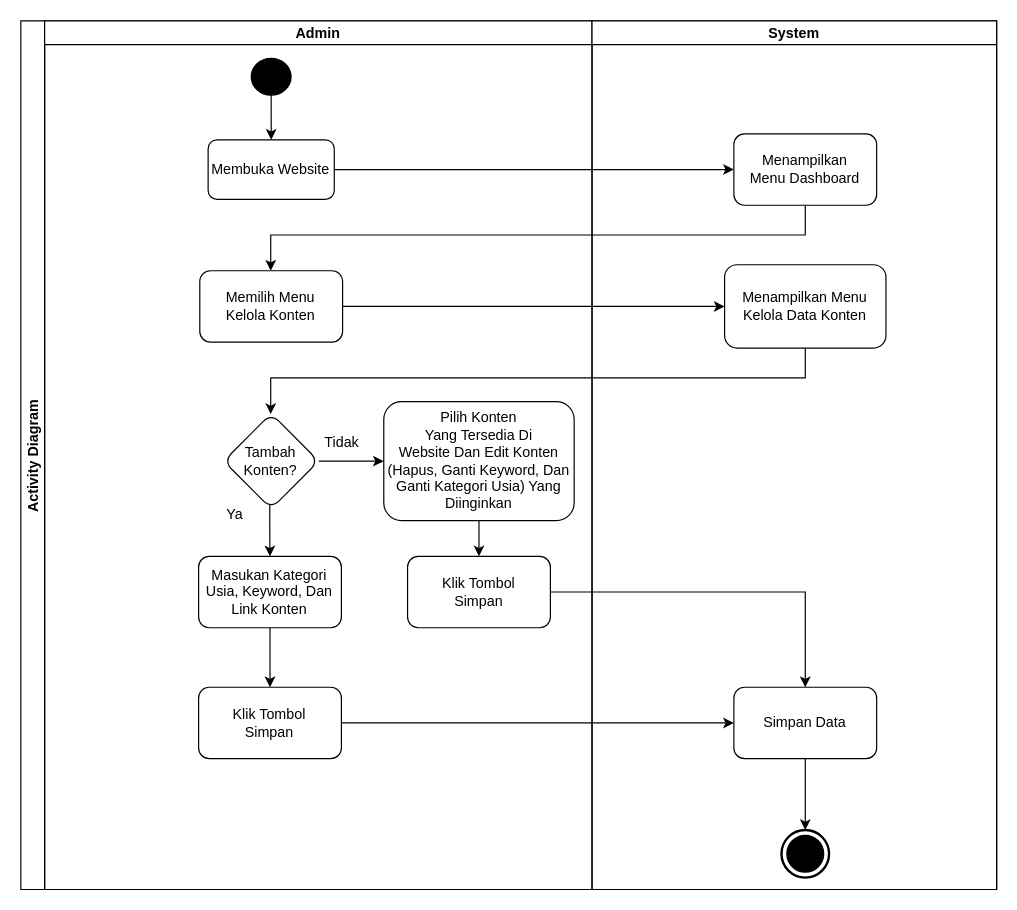
Above: Activity Diagram Admin Edit Konten.drawio in abdraiin/Sistem-Rekomendasi-Konten (draw.io), before the change. Source tidied: cells renumbered, new cells numbered last; positions are measured from the earlier drawing's top-left corner, leaving out a move shared by most shapes. Both pictures are drawn from the tidied source at 119%, with x=0, y=0 at pixel (20, 20).
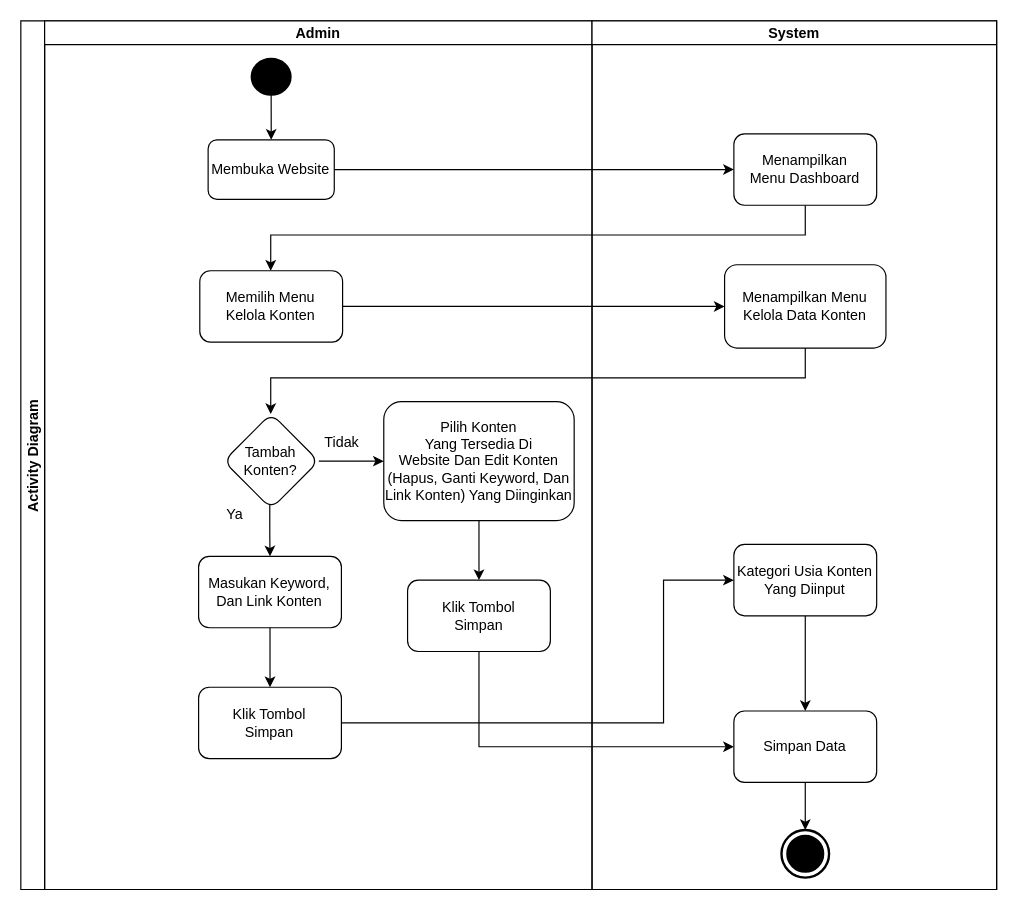
Above is the later version.

Unchanged cells that the change refers to:
```xml
<mxCell id="2" value="Activity Diagram" style="swimlane;startSize=20;horizontal=0;" parent="1" vertex="1">
  <mxGeometry width="820" height="730" as="geometry" />
</mxCell>
<mxCell id="6" value="Admin" style="swimlane;startSize=20;" parent="2" vertex="1">
  <mxGeometry x="20" width="460" height="730" as="geometry" />
</mxCell>
<mxCell id="17" value="Klik Tombol&lt;div&gt;Simpan&lt;/div&gt;" style="whiteSpace=wrap;html=1;rounded=1;" parent="6" vertex="1">
  <mxGeometry x="129.4" y="560" width="120" height="60" as="geometry" />
</mxCell>
<mxCell id="22" value="System" style="swimlane;startSize=20;" parent="2" vertex="1">
  <mxGeometry x="480" width="340" height="730" as="geometry" />
</mxCell>
<mxCell id="25" style="html=1;shape=mxgraph.sysml.actFinal;strokeWidth=2;verticalLabelPosition=bottom;verticalAlignment=top;" parent="22" vertex="1">
  <mxGeometry x="159.2" y="680" width="40" height="40" as="geometry" />
</mxCell>
```

Change to the diagram source:
```diff
@@
-    <mxCell id="12" value="Masukan Kategori Usia, Keyword, Dan Link Konten" style="whiteSpace=wrap;html=1;rounded=1;" parent="6" vertex="1">
+    <mxCell id="12" value="Masukan Keyword, Dan Link Konten" style="whiteSpace=wrap;html=1;rounded=1;" parent="6" vertex="1">
       <mxGeometry x="129.4" y="450" width="120" height="60" as="geometry" />
     </mxCell>
@@
-    <mxCell id="15" value="Pilih Konten&lt;div&gt;Yang Tersedia Di&lt;/div&gt;&lt;div&gt;Website Dan Edit Konten (Hapus, Ganti Keyword, Dan Ganti Kategori Usia) Yang Diinginkan&lt;/div&gt;" style="whiteSpace=wrap;html=1;rounded=1;" parent="6" vertex="1">
+    <mxCell id="15" value="Pilih Konten&lt;div&gt;Yang Tersedia Di&lt;/div&gt;&lt;div&gt;Website Dan Edit Konten (Hapus, Ganti Keyword, Dan Link Konten) Yang Diinginkan&lt;/div&gt;" style="whiteSpace=wrap;html=1;rounded=1;" parent="6" vertex="1">
       <mxGeometry x="285" y="320" width="160" height="100" as="geometry" />
     </mxCell>
@@
     <mxCell id="19" value="Klik Tombol&lt;div&gt;Simpan&lt;/div&gt;" style="whiteSpace=wrap;html=1;rounded=1;" parent="6" vertex="1">
-      <mxGeometry x="305" y="450" width="120" height="60" as="geometry" />
+      <mxGeometry x="305" y="470" width="120" height="60" as="geometry" />
     </mxCell>
@@
-    <mxCell id="26" style="edgeStyle=orthogonalEdgeStyle;rounded=0;jettySize=auto;html=1;" parent="22" edge="1" source="27" target="25">
-      <mxGeometry relative="1" as="geometry" />
-    </mxCell>
+    <mxCell id="31" style="edgeStyle=orthogonalEdgeStyle;rounded=0;jettySize=auto;html=1;" parent="22" edge="1" source="27" target="33">
+      <mxGeometry relative="1" as="geometry" />
+    </mxCell>
-    <mxCell id="27" value="Simpan Data" style="whiteSpace=wrap;html=1;rounded=1;" parent="22" vertex="1">
-      <mxGeometry x="119.2" y="560" width="120" height="60" as="geometry" />
+    <mxCell id="27" value="Kategori Usia Konten&lt;div&gt;Yang Diinput&lt;/div&gt;" style="whiteSpace=wrap;html=1;rounded=1;" parent="22" vertex="1">
+      <mxGeometry x="119.2" y="440" width="120" height="60" as="geometry" />
     </mxCell>
+    <mxCell id="32" style="edgeStyle=orthogonalEdgeStyle;rounded=0;jettySize=auto;html=1;" parent="22" edge="1" source="33" target="25">
+      <mxGeometry relative="1" as="geometry" />
+    </mxCell>
+    <mxCell id="33" value="Simpan Data" style="whiteSpace=wrap;html=1;rounded=1;" parent="22" vertex="1">
+      <mxGeometry x="119.2" y="580" width="120" height="60" as="geometry" />
+    </mxCell>
@@
-    <mxCell id="29" style="edgeStyle=orthogonalEdgeStyle;rounded=0;jettySize=auto;html=1;" parent="2" edge="1" source="17" target="27">
-      <mxGeometry relative="1" as="geometry" />
+    <mxCell id="29" style="edgeStyle=orthogonalEdgeStyle;rounded=0;jettySize=auto;html=1;entryX=0;entryY=0.5;entryDx=0;entryDy=0;" parent="2" edge="1" source="17" target="27">
+      <mxGeometry relative="1" as="geometry">
+        <Array as="points">
+          <mxPoint x="540.1" y="590" />
+          <mxPoint x="540.1" y="470" />
+        </Array>
+      </mxGeometry>
     </mxCell>
-    <mxCell id="30" style="edgeStyle=orthogonalEdgeStyle;rounded=0;jettySize=auto;html=1;entryX=0.5;entryY=0;entryDx=0;entryDy=0;" parent="2" edge="1" source="19" target="27">
-      <mxGeometry relative="1" as="geometry" />
-    </mxCell>
+    <mxCell id="34" style="edgeStyle=orthogonalEdgeStyle;rounded=0;jettySize=auto;html=1;entryX=0;entryY=0.5;entryDx=0;entryDy=0;" parent="2" edge="1" source="19" target="33">
+      <mxGeometry relative="1" as="geometry">
+        <Array as="points">
+          <mxPoint x="385" y="610" />
+        </Array>
+      </mxGeometry>
+    </mxCell>
```
